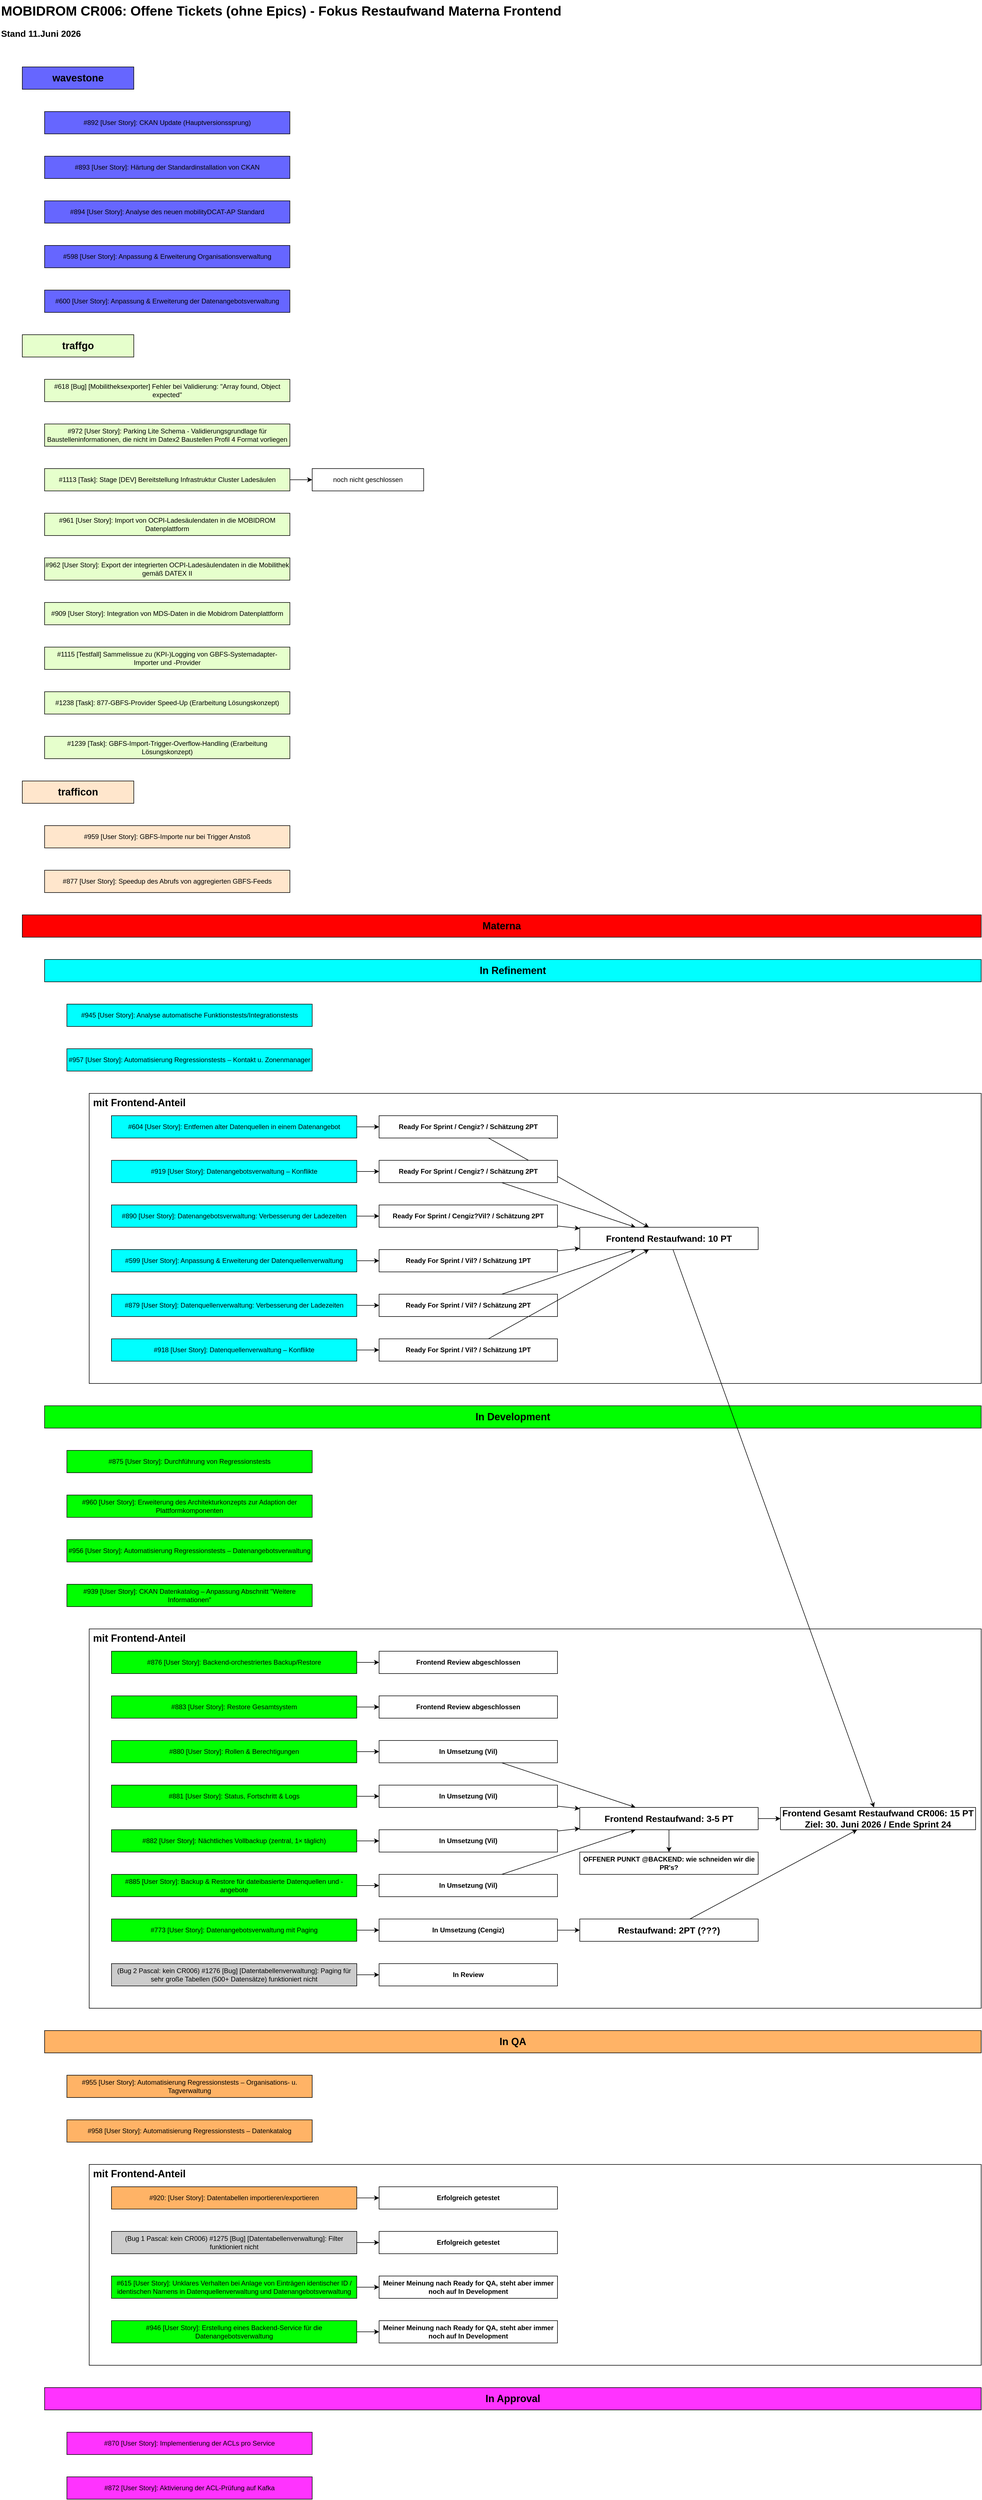
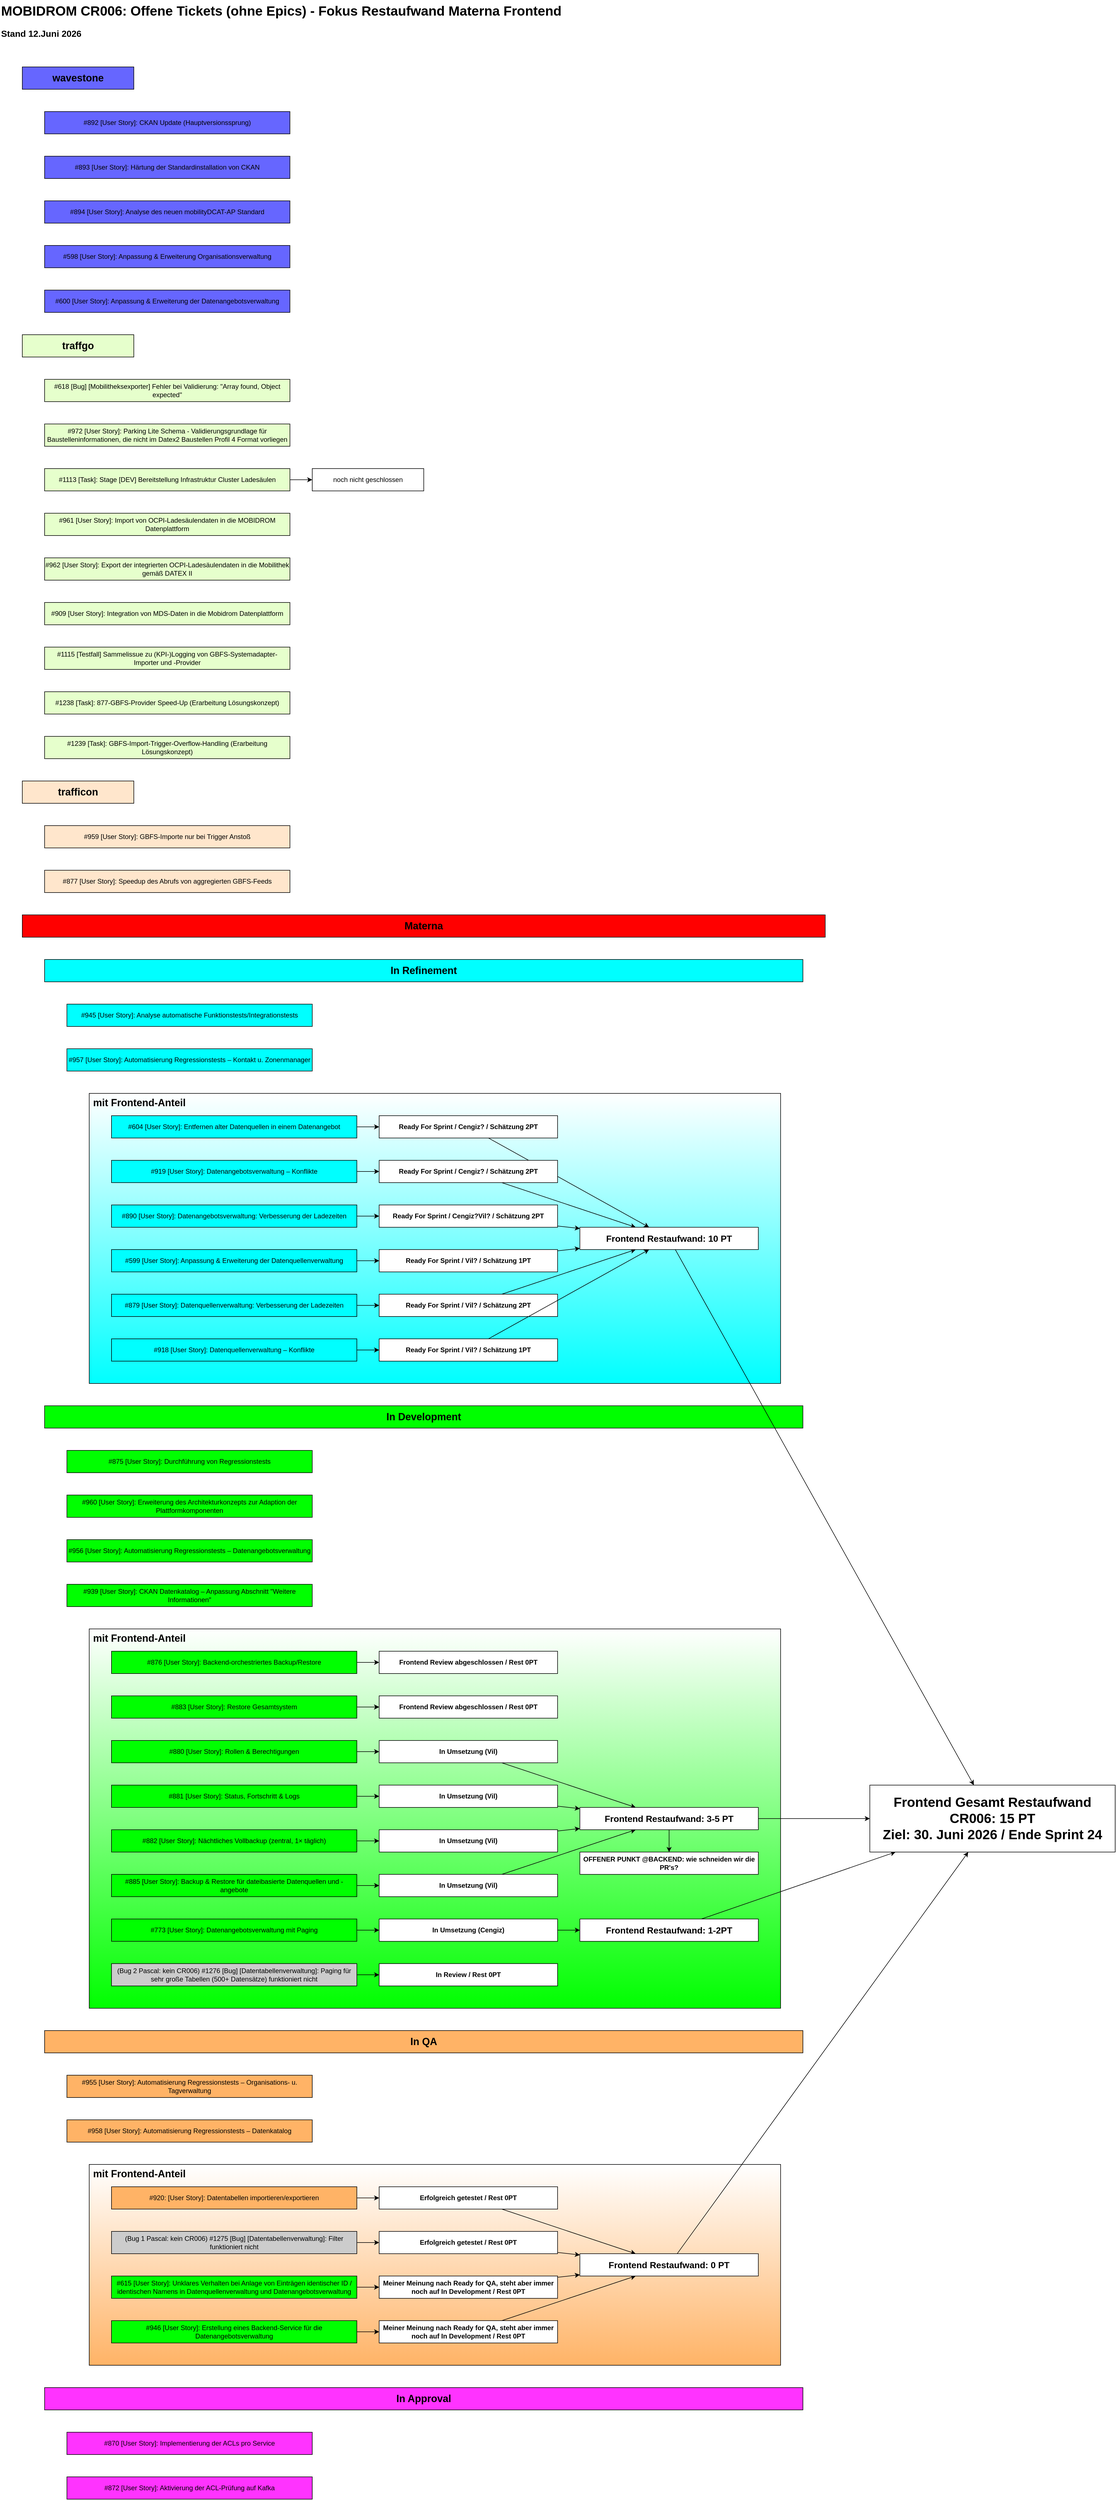
<mxfile host="app.diagrams.net">
  <diagram name="Page-1" id="0BLjgJdESMF3buwbVgl_">
-     <mxGraphModel dx="1101" dy="646" grid="1" gridSize="10" guides="1" tooltips="1" connect="1" arrows="1" fold="1" page="1" pageScale="1" pageWidth="850" pageHeight="1100" math="0" shadow="0">
+     <mxGraphModel dx="1325" dy="640" grid="1" gridSize="10" guides="1" tooltips="1" connect="1" arrows="1" fold="1" page="1" pageScale="1" pageWidth="850" pageHeight="1100" math="0" shadow="0">
      <root>
        <mxCell id="0" />
        <mxCell id="1" parent="0" />
-         <mxCell id="KAzs0ncSA1o2T3-7AXRQ-69" parent="1" style="rounded=0;whiteSpace=wrap;html=1;fontColor=#000000;fillColor=#FFFFFF;fontStyle=1;fontSize=18;align=left;verticalAlign=top;" value="&amp;nbsp;mit Frontend-Anteil" vertex="1">
-           <mxGeometry height="360" width="1600" x="200" y="3920" as="geometry" />
-         </mxCell>
-         <mxCell id="KAzs0ncSA1o2T3-7AXRQ-68" parent="1" style="rounded=0;whiteSpace=wrap;html=1;fontColor=#000000;fillColor=#FFFFFF;fontStyle=1;fontSize=18;align=left;verticalAlign=top;" value="&amp;nbsp;mit Frontend-Anteil" vertex="1">
-           <mxGeometry height="680" width="1600" x="200" y="2960" as="geometry" />
-         </mxCell>
-         <mxCell id="KAzs0ncSA1o2T3-7AXRQ-67" parent="1" style="rounded=0;whiteSpace=wrap;html=1;fontColor=#000000;fillColor=#FFFFFF;fontStyle=1;verticalAlign=top;align=left;fontSize=18;" value="&amp;nbsp;mit Frontend-Anteil" vertex="1">
-           <mxGeometry height="520" width="1600" x="200" y="2000" as="geometry" />
+         <mxCell id="KAzs0ncSA1o2T3-7AXRQ-69" parent="1" style="rounded=0;whiteSpace=wrap;html=1;fontColor=#000000;fillColor=#FFFFFF;fontStyle=1;fontSize=18;align=left;verticalAlign=top;gradientColor=#FFB366;" value="&amp;nbsp;mit Frontend-Anteil" vertex="1">
+           <mxGeometry height="360" width="1240" x="200" y="3920" as="geometry" />
+         </mxCell>
+         <mxCell id="KAzs0ncSA1o2T3-7AXRQ-68" parent="1" style="rounded=0;whiteSpace=wrap;html=1;fontColor=#000000;fillColor=#FFFFFF;fontStyle=1;fontSize=18;align=left;verticalAlign=top;gradientColor=#00FF00;" value="&amp;nbsp;mit Frontend-Anteil" vertex="1">
+           <mxGeometry height="680" width="1240" x="200" y="2960" as="geometry" />
+         </mxCell>
+         <mxCell id="KAzs0ncSA1o2T3-7AXRQ-67" parent="1" style="rounded=0;whiteSpace=wrap;html=1;fontColor=#000000;fillColor=#FFFFFF;fontStyle=1;verticalAlign=top;align=left;fontSize=18;gradientColor=#00FFFF;" value="&amp;nbsp;mit Frontend-Anteil" vertex="1">
+           <mxGeometry height="520" width="1240" x="200" y="2000" as="geometry" />
        </mxCell>
        <mxCell id="KAzs0ncSA1o2T3-7AXRQ-1" parent="1" style="rounded=0;whiteSpace=wrap;html=1;strokeColor=none;fontSize=24;fontStyle=1;align=left;" value="MOBIDROM CR006: Offene Tickets (ohne Epics) - Fokus Restaufwand Materna Frontend" vertex="1">
          <mxGeometry height="40" width="1030" x="40" y="40" as="geometry" />
        </mxCell>
-         <mxCell id="KAzs0ncSA1o2T3-7AXRQ-2" parent="1" style="rounded=0;whiteSpace=wrap;html=1;strokeColor=none;fontSize=16;fontStyle=1;align=left;" value="&lt;div&gt;Stand 11.Juni 2026&lt;/div&gt;" vertex="1">
+         <mxCell id="KAzs0ncSA1o2T3-7AXRQ-2" parent="1" style="rounded=0;whiteSpace=wrap;html=1;strokeColor=none;fontSize=16;fontStyle=1;align=left;" value="&lt;div&gt;Stand 12.Juni 2026&lt;/div&gt;" vertex="1">
          <mxGeometry height="40" width="160" x="40" y="80" as="geometry" />
        </mxCell>
        <mxCell id="KAzs0ncSA1o2T3-7AXRQ-77" edge="1" parent="1" source="KAzs0ncSA1o2T3-7AXRQ-3" style="edgeStyle=none;rounded=0;orthogonalLoop=1;jettySize=auto;html=1;" target="KAzs0ncSA1o2T3-7AXRQ-76" value="">
          <mxGeometry relative="1" as="geometry" />
        </mxCell>
        <mxCell id="KAzs0ncSA1o2T3-7AXRQ-3" parent="1" style="rounded=0;whiteSpace=wrap;html=1;fillColor=#FFB366;" value="#920: [User Story]: Datentabellen importieren/exportieren" vertex="1">
          <mxGeometry height="40" width="440" x="240" y="3960" as="geometry" />
        </mxCell>
        <mxCell id="KAzs0ncSA1o2T3-7AXRQ-4" parent="1" style="rounded=0;whiteSpace=wrap;html=1;fontColor=#000000;fillColor=#FFB366;fontStyle=1;fontSize=18;" value="In QA" vertex="1">
-           <mxGeometry height="40" width="1680" x="120" y="3680" as="geometry" />
+           <mxGeometry height="40" width="1360" x="120" y="3680" as="geometry" />
        </mxCell>
        <mxCell id="KAzs0ncSA1o2T3-7AXRQ-5" parent="1" style="rounded=0;whiteSpace=wrap;html=1;fillColor=#6666FF;" value="#892&amp;nbsp;[User Story]: CKAN Update (Hauptversionssprung)" vertex="1">
          <mxGeometry height="40" width="440" x="120" y="240" as="geometry" />
        </mxCell>
        <mxCell id="KAzs0ncSA1o2T3-7AXRQ-6" parent="1" style="rounded=0;whiteSpace=wrap;html=1;fontColor=#000000;fillColor=#6666FF;fontStyle=1;fontSize=18;" value="wavestone" vertex="1">
          <mxGeometry height="40" width="200" x="80" y="160" as="geometry" />
        </mxCell>
        <mxCell id="KAzs0ncSA1o2T3-7AXRQ-7" parent="1" style="rounded=0;whiteSpace=wrap;html=1;fillColor=#FF33FF;" value="#870&amp;nbsp;[User Story]: Implementierung der ACLs pro Service" vertex="1">
          <mxGeometry height="40" width="440" x="160" y="4400" as="geometry" />
        </mxCell>
        <mxCell id="KAzs0ncSA1o2T3-7AXRQ-8" parent="1" style="rounded=0;whiteSpace=wrap;html=1;fillColor=#FF33FF;" value="#872&amp;nbsp;[User Story]: Aktivierung der ACL-Prüfung auf Kafka" vertex="1">
          <mxGeometry height="40" width="440" x="160" y="4480" as="geometry" />
        </mxCell>
        <mxCell id="KAzs0ncSA1o2T3-7AXRQ-9" parent="1" style="rounded=0;whiteSpace=wrap;html=1;fontColor=#000000;fillColor=#FF33FF;fontStyle=1;fontSize=18;" value="In Approval" vertex="1">
-           <mxGeometry height="40" width="1680" x="120" y="4320" as="geometry" />
+           <mxGeometry height="40" width="1360" x="120" y="4320" as="geometry" />
        </mxCell>
        <mxCell id="KAzs0ncSA1o2T3-7AXRQ-10" parent="1" style="rounded=0;whiteSpace=wrap;html=1;fillColor=#6666FF;" value="#893&amp;nbsp;[User Story]: Härtung der Standardinstallation von CKAN" vertex="1">
          <mxGeometry height="40" width="440" x="120" y="320" as="geometry" />
        </mxCell>
        <mxCell id="KAzs0ncSA1o2T3-7AXRQ-11" parent="1" style="rounded=0;whiteSpace=wrap;html=1;fillColor=#6666FF;" value="#894&amp;nbsp;[User Story]: Analyse des neuen mobilityDCAT-AP Standard" vertex="1">
          <mxGeometry height="40" width="440" x="120" y="400" as="geometry" />
        </mxCell>
        <mxCell id="KAzs0ncSA1o2T3-7AXRQ-12" parent="1" style="rounded=0;whiteSpace=wrap;html=1;fillColor=#E6FFCC;" value="#618&amp;nbsp;[Bug] [Mobilitheksexporter] Fehler bei Validierung: &quot;Array found, Object expected&quot;" vertex="1">
          <mxGeometry height="40" width="440" x="120" y="720" as="geometry" />
        </mxCell>
        <mxCell id="KAzs0ncSA1o2T3-7AXRQ-13" parent="1" style="rounded=0;whiteSpace=wrap;html=1;fontColor=#000000;fillColor=#E6FFCC;fontStyle=1;fontSize=18;" value="&lt;div&gt;traffgo&lt;/div&gt;" vertex="1">
          <mxGeometry height="40" width="200" x="80" y="640" as="geometry" />
        </mxCell>
        <mxCell id="KAzs0ncSA1o2T3-7AXRQ-14" parent="1" style="rounded=0;whiteSpace=wrap;html=1;fontColor=#000000;fillColor=#FFE6CC;fontStyle=1;fontSize=18;" value="&lt;div&gt;trafficon&lt;/div&gt;" vertex="1">
          <mxGeometry height="40" width="200" x="80" y="1440" as="geometry" />
        </mxCell>
        <mxCell id="KAzs0ncSA1o2T3-7AXRQ-15" parent="1" style="rounded=0;whiteSpace=wrap;html=1;fillColor=#FFE6CC;" value="#959&amp;nbsp;[User Story]: GBFS-Importe nur bei Trigger Anstoß" vertex="1">
          <mxGeometry height="40" width="440" x="120" y="1520" as="geometry" />
        </mxCell>
        <mxCell id="KAzs0ncSA1o2T3-7AXRQ-75" edge="1" parent="1" source="KAzs0ncSA1o2T3-7AXRQ-16" style="edgeStyle=none;rounded=0;orthogonalLoop=1;jettySize=auto;html=1;" target="KAzs0ncSA1o2T3-7AXRQ-74" value="">
          <mxGeometry relative="1" as="geometry" />
        </mxCell>
        <mxCell id="KAzs0ncSA1o2T3-7AXRQ-16" parent="1" style="rounded=0;whiteSpace=wrap;html=1;fillColor=#00FF00;" value="#615&amp;nbsp;[User Story]: Unklares Verhalten bei Anlage von Einträgen identischer ID / identischen Namens in Datenquellenverwaltung und Datenangebotsverwaltung" vertex="1">
          <mxGeometry height="40" width="440" x="240" y="4120" as="geometry" />
        </mxCell>
        <mxCell id="KAzs0ncSA1o2T3-7AXRQ-17" parent="1" style="rounded=0;whiteSpace=wrap;html=1;fontColor=#000000;fillColor=#00FF00;fontStyle=1;fontSize=18;" value="In Development" vertex="1">
-           <mxGeometry height="40" width="1680" x="120" y="2560" as="geometry" />
+           <mxGeometry height="40" width="1360" x="120" y="2560" as="geometry" />
        </mxCell>
        <mxCell id="KAzs0ncSA1o2T3-7AXRQ-83" edge="1" parent="1" source="KAzs0ncSA1o2T3-7AXRQ-18" style="edgeStyle=none;rounded=0;orthogonalLoop=1;jettySize=auto;html=1;" target="KAzs0ncSA1o2T3-7AXRQ-82" value="">
          <mxGeometry relative="1" as="geometry" />
        </mxCell>
        <mxCell id="KAzs0ncSA1o2T3-7AXRQ-18" parent="1" style="rounded=0;whiteSpace=wrap;html=1;fillColor=#00FF00;" value="#773&amp;nbsp;[User Story]: Datenangebotsverwaltung mit Paging" vertex="1">
          <mxGeometry height="40" width="440" x="240" y="3480" as="geometry" />
        </mxCell>
        <mxCell id="KAzs0ncSA1o2T3-7AXRQ-19" parent="1" style="rounded=0;whiteSpace=wrap;html=1;fillColor=#00FF00;" value="#875&amp;nbsp;[User Story]: Durchführung von Regressionstests" vertex="1">
          <mxGeometry height="40" width="440" x="160" y="2640" as="geometry" />
        </mxCell>
        <mxCell id="KAzs0ncSA1o2T3-7AXRQ-81" edge="1" parent="1" source="KAzs0ncSA1o2T3-7AXRQ-20" style="edgeStyle=none;rounded=0;orthogonalLoop=1;jettySize=auto;html=1;" target="KAzs0ncSA1o2T3-7AXRQ-80" value="">
          <mxGeometry relative="1" as="geometry" />
        </mxCell>
        <mxCell id="KAzs0ncSA1o2T3-7AXRQ-20" parent="1" style="rounded=0;whiteSpace=wrap;html=1;fillColor=#00FF00;" value="#876&amp;nbsp;[User Story]: Backend-orchestriertes Backup/Restore" vertex="1">
          <mxGeometry height="40" width="440" x="240" y="3000" as="geometry" />
        </mxCell>
        <mxCell id="KAzs0ncSA1o2T3-7AXRQ-21" parent="1" style="rounded=0;whiteSpace=wrap;html=1;fillColor=#FFE6CC;" value="#877&amp;nbsp;[User Story]: Speedup des Abrufs von aggregierten GBFS-Feeds" vertex="1">
          <mxGeometry height="40" width="440" x="120" y="1600" as="geometry" />
        </mxCell>
        <mxCell id="KAzs0ncSA1o2T3-7AXRQ-87" edge="1" parent="1" source="KAzs0ncSA1o2T3-7AXRQ-22" style="edgeStyle=none;rounded=0;orthogonalLoop=1;jettySize=auto;html=1;" target="KAzs0ncSA1o2T3-7AXRQ-86" value="">
          <mxGeometry relative="1" as="geometry" />
        </mxCell>
        <mxCell id="KAzs0ncSA1o2T3-7AXRQ-22" parent="1" style="rounded=0;whiteSpace=wrap;html=1;fillColor=#00FF00;" value="#880&amp;nbsp;[User Story]: Rollen &amp;amp; Berechtigungen" vertex="1">
          <mxGeometry height="40" width="440" x="240" y="3160" as="geometry" />
        </mxCell>
        <mxCell id="KAzs0ncSA1o2T3-7AXRQ-89" edge="1" parent="1" source="KAzs0ncSA1o2T3-7AXRQ-23" style="edgeStyle=none;rounded=0;orthogonalLoop=1;jettySize=auto;html=1;" target="KAzs0ncSA1o2T3-7AXRQ-88" value="">
          <mxGeometry relative="1" as="geometry" />
        </mxCell>
        <mxCell id="KAzs0ncSA1o2T3-7AXRQ-23" parent="1" style="rounded=0;whiteSpace=wrap;html=1;fillColor=#00FF00;" value="#881&amp;nbsp;[User Story]: Status, Fortschritt &amp;amp; Logs" vertex="1">
          <mxGeometry height="40" width="440" x="240" y="3240" as="geometry" />
        </mxCell>
        <mxCell id="KAzs0ncSA1o2T3-7AXRQ-93" edge="1" parent="1" source="KAzs0ncSA1o2T3-7AXRQ-24" style="edgeStyle=none;rounded=0;orthogonalLoop=1;jettySize=auto;html=1;" target="KAzs0ncSA1o2T3-7AXRQ-92" value="">
          <mxGeometry relative="1" as="geometry" />
        </mxCell>
        <mxCell id="KAzs0ncSA1o2T3-7AXRQ-24" parent="1" style="rounded=0;whiteSpace=wrap;html=1;fillColor=#00FF00;" value="#885&amp;nbsp;[User Story]: Backup &amp;amp; Restore für dateibasierte Datenquellen und -angebote" vertex="1">
          <mxGeometry height="40" width="440" x="240" y="3400" as="geometry" />
        </mxCell>
        <mxCell id="KAzs0ncSA1o2T3-7AXRQ-112" edge="1" parent="1" source="KAzs0ncSA1o2T3-7AXRQ-25" style="edgeStyle=none;rounded=0;orthogonalLoop=1;jettySize=auto;html=1;" target="KAzs0ncSA1o2T3-7AXRQ-111" value="">
          <mxGeometry relative="1" as="geometry" />
        </mxCell>
        <mxCell id="KAzs0ncSA1o2T3-7AXRQ-25" parent="1" style="rounded=0;whiteSpace=wrap;html=1;fillColor=#00FFFF;" value="#918&amp;nbsp;[User Story]: Datenquellenverwaltung – Konflikte" vertex="1">
          <mxGeometry height="40" width="440" x="240" y="2440" as="geometry" />
        </mxCell>
        <mxCell id="KAzs0ncSA1o2T3-7AXRQ-104" edge="1" parent="1" source="KAzs0ncSA1o2T3-7AXRQ-26" style="edgeStyle=none;rounded=0;orthogonalLoop=1;jettySize=auto;html=1;" target="KAzs0ncSA1o2T3-7AXRQ-103" value="">
          <mxGeometry relative="1" as="geometry" />
        </mxCell>
        <mxCell id="KAzs0ncSA1o2T3-7AXRQ-26" parent="1" style="rounded=0;whiteSpace=wrap;html=1;fillColor=#00FFFF;" value="#919&amp;nbsp;[User Story]: Datenangebotsverwaltung – Konflikte" vertex="1">
          <mxGeometry height="40" width="440" x="240" y="2120" as="geometry" />
        </mxCell>
        <mxCell id="KAzs0ncSA1o2T3-7AXRQ-27" parent="1" style="rounded=0;whiteSpace=wrap;html=1;fillColor=#FFB366;" value="#955&amp;nbsp;[User Story]: Automatisierung Regressionstests – Organisations- u. Tagverwaltung" vertex="1">
          <mxGeometry height="40" width="440" x="160" y="3760" as="geometry" />
        </mxCell>
        <mxCell id="KAzs0ncSA1o2T3-7AXRQ-28" parent="1" style="rounded=0;whiteSpace=wrap;html=1;fontColor=#000000;fillColor=#00FFFF;fontStyle=1;fontSize=18;" value="In Refinement" vertex="1">
-           <mxGeometry height="40" width="1680" x="120" y="1760" as="geometry" />
+           <mxGeometry height="40" width="1360" x="120" y="1760" as="geometry" />
        </mxCell>
        <mxCell id="KAzs0ncSA1o2T3-7AXRQ-29" parent="1" style="rounded=0;whiteSpace=wrap;html=1;fillColor=#00FF00;" value="#960&amp;nbsp;[User Story]: Erweiterung des Architekturkonzepts zur Adaption der Plattformkomponenten" vertex="1">
          <mxGeometry height="40" width="440" x="160" y="2720" as="geometry" />
        </mxCell>
        <mxCell id="KAzs0ncSA1o2T3-7AXRQ-30" parent="1" style="rounded=0;whiteSpace=wrap;html=1;fillColor=#6666FF;" value="#598&amp;nbsp;[User Story]: Anpassung &amp;amp; Erweiterung Organisationsverwaltung" vertex="1">
          <mxGeometry height="40" width="440" x="120" y="480" as="geometry" />
        </mxCell>
        <mxCell id="KAzs0ncSA1o2T3-7AXRQ-108" edge="1" parent="1" source="KAzs0ncSA1o2T3-7AXRQ-31" style="edgeStyle=none;rounded=0;orthogonalLoop=1;jettySize=auto;html=1;" target="KAzs0ncSA1o2T3-7AXRQ-107" value="">
          <mxGeometry relative="1" as="geometry" />
        </mxCell>
        <mxCell id="KAzs0ncSA1o2T3-7AXRQ-31" parent="1" style="rounded=0;whiteSpace=wrap;html=1;fillColor=#00FFFF;" value="#599&amp;nbsp;[User Story]: Anpassung &amp;amp; Erweiterung der Datenquellenverwaltung" vertex="1">
          <mxGeometry height="40" width="440" x="240" y="2280" as="geometry" />
        </mxCell>
        <mxCell id="KAzs0ncSA1o2T3-7AXRQ-32" parent="1" style="rounded=0;whiteSpace=wrap;html=1;fillColor=#6666FF;" value="#600&amp;nbsp;[User Story]: Anpassung &amp;amp; Erweiterung der Datenangebotsverwaltung" vertex="1">
          <mxGeometry height="40" width="440" x="120" y="560" as="geometry" />
        </mxCell>
        <mxCell id="KAzs0ncSA1o2T3-7AXRQ-106" edge="1" parent="1" source="KAzs0ncSA1o2T3-7AXRQ-33" style="edgeStyle=none;rounded=0;orthogonalLoop=1;jettySize=auto;html=1;" target="KAzs0ncSA1o2T3-7AXRQ-105" value="">
          <mxGeometry relative="1" as="geometry" />
        </mxCell>
        <mxCell id="KAzs0ncSA1o2T3-7AXRQ-33" parent="1" style="rounded=0;whiteSpace=wrap;html=1;fillColor=#00FFFF;" value="#890&amp;nbsp;[User Story]: Datenangebotsverwaltung: Verbesserung der Ladezeiten" vertex="1">
          <mxGeometry height="40" width="440" x="240" y="2200" as="geometry" />
        </mxCell>
        <mxCell id="KAzs0ncSA1o2T3-7AXRQ-34" parent="1" style="rounded=0;whiteSpace=wrap;html=1;fillColor=#E6FFCC;" value="#972&amp;nbsp;[User Story]: Parking Lite Schema - Validierungsgrundlage für Baustelleninformationen, die nicht im Datex2 Baustellen Profil 4 Format vorliegen" vertex="1">
          <mxGeometry height="40" width="440" x="120" y="800" as="geometry" />
        </mxCell>
        <mxCell id="KAzs0ncSA1o2T3-7AXRQ-55" edge="1" parent="1" source="KAzs0ncSA1o2T3-7AXRQ-35" style="edgeStyle=orthogonalEdgeStyle;rounded=0;orthogonalLoop=1;jettySize=auto;html=1;" target="KAzs0ncSA1o2T3-7AXRQ-54" value="">
          <mxGeometry relative="1" as="geometry" />
        </mxCell>
        <mxCell id="KAzs0ncSA1o2T3-7AXRQ-35" parent="1" style="rounded=0;whiteSpace=wrap;html=1;fillColor=#E6FFCC;" value="#1113&amp;nbsp;[Task]: Stage [DEV] Bereitstellung Infrastruktur Cluster Ladesäulen" vertex="1">
          <mxGeometry height="40" width="440" x="120" y="880" as="geometry" />
        </mxCell>
        <mxCell id="KAzs0ncSA1o2T3-7AXRQ-36" parent="1" style="rounded=0;whiteSpace=wrap;html=1;fillColor=#00FF00;" value="#956&amp;nbsp;[User Story]: Automatisierung Regressionstests – Datenangebotsverwaltung" vertex="1">
          <mxGeometry height="40" width="440" x="160" y="2800" as="geometry" />
        </mxCell>
        <mxCell id="KAzs0ncSA1o2T3-7AXRQ-37" parent="1" style="rounded=0;whiteSpace=wrap;html=1;fillColor=#FFB366;" value="#958&amp;nbsp;[User Story]: Automatisierung Regressionstests – Datenkatalog" vertex="1">
          <mxGeometry height="40" width="440" x="160" y="3840" as="geometry" />
        </mxCell>
        <mxCell id="KAzs0ncSA1o2T3-7AXRQ-38" parent="1" style="rounded=0;whiteSpace=wrap;html=1;fillColor=#E6FFCC;" value="#961&amp;nbsp;[User Story]: Import von OCPI-Ladesäulendaten in die MOBIDROM Datenplattform" vertex="1">
          <mxGeometry height="40" width="440" x="120" y="960" as="geometry" />
        </mxCell>
        <mxCell id="KAzs0ncSA1o2T3-7AXRQ-39" parent="1" style="rounded=0;whiteSpace=wrap;html=1;fillColor=#E6FFCC;" value="#962&amp;nbsp;[User Story]: Export der integrierten OCPI-Ladesäulendaten in die Mobilithek gemäß DATEX II" vertex="1">
          <mxGeometry height="40" width="440" x="120" y="1040" as="geometry" />
        </mxCell>
        <mxCell id="KAzs0ncSA1o2T3-7AXRQ-58" edge="1" parent="1" source="KAzs0ncSA1o2T3-7AXRQ-40" style="edgeStyle=none;rounded=0;orthogonalLoop=1;jettySize=auto;html=1;" target="KAzs0ncSA1o2T3-7AXRQ-41" value="">
          <mxGeometry relative="1" as="geometry" />
        </mxCell>
        <mxCell id="KAzs0ncSA1o2T3-7AXRQ-40" parent="1" style="rounded=0;whiteSpace=wrap;html=1;fillColor=#00FF00;" value="#946&amp;nbsp;[User Story]: Erstellung eines Backend-Service für die Datenangebotsverwaltung" vertex="1">
          <mxGeometry height="40" width="440" x="240" y="4200" as="geometry" />
        </mxCell>
-         <mxCell id="KAzs0ncSA1o2T3-7AXRQ-41" parent="1" style="rounded=0;whiteSpace=wrap;html=1;fontStyle=1" value="Meiner Meinung nach Ready for QA, steht aber immer noch auf In Development" vertex="1">
+         <mxCell id="6I-_ciG7kh0R2IqJ13tL-8" edge="1" parent="1" source="KAzs0ncSA1o2T3-7AXRQ-41" style="edgeStyle=none;rounded=0;orthogonalLoop=1;jettySize=auto;html=1;" target="6I-_ciG7kh0R2IqJ13tL-4" value="">
+           <mxGeometry relative="1" as="geometry" />
+         </mxCell>
+         <mxCell id="KAzs0ncSA1o2T3-7AXRQ-41" parent="1" style="rounded=0;whiteSpace=wrap;html=1;fontStyle=1" value="Meiner Meinung nach Ready for QA, steht aber immer noch auf In Development / Rest 0PT" vertex="1">
          <mxGeometry height="40" width="320" x="720" y="4200" as="geometry" />
        </mxCell>
        <mxCell id="KAzs0ncSA1o2T3-7AXRQ-43" parent="1" style="rounded=0;whiteSpace=wrap;html=1;fillColor=#00FFFF;" value="#945&amp;nbsp;[User Story]: Analyse automatische Funktionstests/Integrationstests" vertex="1">
          <mxGeometry height="40" width="440" x="160" y="1840" as="geometry" />
        </mxCell>
        <mxCell id="KAzs0ncSA1o2T3-7AXRQ-44" parent="1" style="rounded=0;whiteSpace=wrap;html=1;fillColor=#E6FFCC;" value="#909&amp;nbsp;[User Story]: Integration von MDS-Daten in die Mobidrom Datenplattform" vertex="1">
          <mxGeometry height="40" width="440" x="120" y="1120" as="geometry" />
        </mxCell>
        <mxCell id="KAzs0ncSA1o2T3-7AXRQ-45" parent="1" style="rounded=0;whiteSpace=wrap;html=1;fillColor=#00FF00;" value="#939&amp;nbsp;[User Story]: CKAN Datenkatalog – Anpassung Abschnitt &quot;Weitere Informationen&quot;" vertex="1">
          <mxGeometry height="40" width="440" x="160" y="2880" as="geometry" />
        </mxCell>
        <mxCell id="KAzs0ncSA1o2T3-7AXRQ-102" edge="1" parent="1" source="KAzs0ncSA1o2T3-7AXRQ-46" style="edgeStyle=none;rounded=0;orthogonalLoop=1;jettySize=auto;html=1;" target="KAzs0ncSA1o2T3-7AXRQ-101" value="">
          <mxGeometry relative="1" as="geometry" />
        </mxCell>
        <mxCell id="KAzs0ncSA1o2T3-7AXRQ-46" parent="1" style="rounded=0;whiteSpace=wrap;html=1;fillColor=#00FFFF;" value="#604&amp;nbsp;[User Story]: Entfernen alter Datenquellen in einem Datenangebot" vertex="1">
          <mxGeometry height="40" width="440" x="240" y="2040" as="geometry" />
        </mxCell>
        <mxCell id="KAzs0ncSA1o2T3-7AXRQ-110" edge="1" parent="1" source="KAzs0ncSA1o2T3-7AXRQ-47" style="edgeStyle=none;rounded=0;orthogonalLoop=1;jettySize=auto;html=1;" target="KAzs0ncSA1o2T3-7AXRQ-109" value="">
          <mxGeometry relative="1" as="geometry" />
        </mxCell>
        <mxCell id="KAzs0ncSA1o2T3-7AXRQ-47" parent="1" style="rounded=0;whiteSpace=wrap;html=1;fillColor=#00FFFF;" value="#879&amp;nbsp;[User Story]: Datenquellenverwaltung: Verbesserung der Ladezeiten" vertex="1">
          <mxGeometry height="40" width="440" x="240" y="2360" as="geometry" />
        </mxCell>
        <mxCell id="KAzs0ncSA1o2T3-7AXRQ-91" edge="1" parent="1" source="KAzs0ncSA1o2T3-7AXRQ-48" style="edgeStyle=none;rounded=0;orthogonalLoop=1;jettySize=auto;html=1;" target="KAzs0ncSA1o2T3-7AXRQ-90" value="">
          <mxGeometry relative="1" as="geometry" />
        </mxCell>
        <mxCell id="KAzs0ncSA1o2T3-7AXRQ-48" parent="1" style="rounded=0;whiteSpace=wrap;html=1;fillColor=#00FF00;" value="#882&amp;nbsp;[User Story]: Nächtliches Vollbackup (zentral, 1× täglich)" vertex="1">
          <mxGeometry height="40" width="440" x="240" y="3320" as="geometry" />
        </mxCell>
        <mxCell id="KAzs0ncSA1o2T3-7AXRQ-85" edge="1" parent="1" source="KAzs0ncSA1o2T3-7AXRQ-49" style="edgeStyle=none;rounded=0;orthogonalLoop=1;jettySize=auto;html=1;" target="KAzs0ncSA1o2T3-7AXRQ-84" value="">
          <mxGeometry relative="1" as="geometry" />
        </mxCell>
        <mxCell id="6I-_ciG7kh0R2IqJ13tL-1" edge="1" parent="1" source="KAzs0ncSA1o2T3-7AXRQ-49" style="edgeStyle=none;rounded=0;orthogonalLoop=1;jettySize=auto;html=1;" target="KAzs0ncSA1o2T3-7AXRQ-84" value="">
          <mxGeometry relative="1" as="geometry" />
        </mxCell>
        <mxCell id="KAzs0ncSA1o2T3-7AXRQ-49" parent="1" style="rounded=0;whiteSpace=wrap;html=1;fillColor=#00FF00;" value="#883&amp;nbsp;[User Story]: Restore Gesamtsystem" vertex="1">
          <mxGeometry height="40" width="440" x="240" y="3080" as="geometry" />
        </mxCell>
        <mxCell id="KAzs0ncSA1o2T3-7AXRQ-50" parent="1" style="rounded=0;whiteSpace=wrap;html=1;fillColor=#00FFFF;" value="#957&amp;nbsp;[User Story]: Automatisierung Regressionstests – Kontakt u. Zonenmanager" vertex="1">
          <mxGeometry height="40" width="440" x="160" y="1920" as="geometry" />
        </mxCell>
        <mxCell id="KAzs0ncSA1o2T3-7AXRQ-51" parent="1" style="rounded=0;whiteSpace=wrap;html=1;fillColor=#E6FFCC;" value="#1115&amp;nbsp;[Testfall] Sammelissue zu (KPI-)Logging von GBFS-Systemadapter-Importer und -Provider" vertex="1">
          <mxGeometry height="40" width="440" x="120" y="1200" as="geometry" />
        </mxCell>
        <mxCell id="KAzs0ncSA1o2T3-7AXRQ-52" parent="1" style="rounded=0;whiteSpace=wrap;html=1;fillColor=#E6FFCC;" value="#1238&amp;nbsp;[Task]: 877-GBFS-Provider Speed-Up (Erarbeitung Lösungskonzept)" vertex="1">
          <mxGeometry height="40" width="440" x="120" y="1280" as="geometry" />
        </mxCell>
        <mxCell id="KAzs0ncSA1o2T3-7AXRQ-53" parent="1" style="rounded=0;whiteSpace=wrap;html=1;fillColor=#E6FFCC;" value="#1239&amp;nbsp;[Task]: GBFS-Import-Trigger-Overflow-Handling (Erarbeitung Lösungskonzept)" vertex="1">
          <mxGeometry height="40" width="440" x="120" y="1360" as="geometry" />
        </mxCell>
        <mxCell id="KAzs0ncSA1o2T3-7AXRQ-54" parent="1" style="rounded=0;whiteSpace=wrap;html=1;" value="noch nicht geschlossen" vertex="1">
          <mxGeometry height="40" width="200" x="600" y="880" as="geometry" />
        </mxCell>
        <mxCell id="KAzs0ncSA1o2T3-7AXRQ-56" parent="1" style="rounded=0;whiteSpace=wrap;html=1;fontColor=#000000;fillColor=#FF0000;fontStyle=1;fontSize=18;" value="Materna" vertex="1">
-           <mxGeometry height="40" width="1720" x="80" y="1680" as="geometry" />
+           <mxGeometry height="40" width="1440" x="80" y="1680" as="geometry" />
        </mxCell>
        <mxCell id="KAzs0ncSA1o2T3-7AXRQ-62" edge="1" parent="1" source="KAzs0ncSA1o2T3-7AXRQ-16" style="edgeStyle=none;rounded=0;orthogonalLoop=1;jettySize=auto;html=1;exitX=0.75;exitY=0;exitDx=0;exitDy=0;" target="KAzs0ncSA1o2T3-7AXRQ-16">
          <mxGeometry relative="1" as="geometry" />
        </mxCell>
        <mxCell id="KAzs0ncSA1o2T3-7AXRQ-66" edge="1" parent="1" source="KAzs0ncSA1o2T3-7AXRQ-41" style="edgeStyle=none;rounded=0;orthogonalLoop=1;jettySize=auto;html=1;exitX=0.5;exitY=1;exitDx=0;exitDy=0;" target="KAzs0ncSA1o2T3-7AXRQ-41">
          <mxGeometry relative="1" as="geometry" />
        </mxCell>
        <mxCell id="KAzs0ncSA1o2T3-7AXRQ-79" edge="1" parent="1" source="KAzs0ncSA1o2T3-7AXRQ-70" style="edgeStyle=none;rounded=0;orthogonalLoop=1;jettySize=auto;html=1;" target="KAzs0ncSA1o2T3-7AXRQ-78" value="">
          <mxGeometry relative="1" as="geometry" />
        </mxCell>
        <mxCell id="KAzs0ncSA1o2T3-7AXRQ-70" parent="1" style="rounded=0;whiteSpace=wrap;html=1;fillColor=#CCCCCC;" value="(Bug 2 Pascal: kein CR006) #1276&amp;nbsp;[Bug] [Datentabellenverwaltung]: Paging für sehr große Tabellen (500+ Datensätze) funktioniert nicht" vertex="1">
          <mxGeometry height="40" width="440" x="240" y="3560" as="geometry" />
        </mxCell>
        <mxCell id="KAzs0ncSA1o2T3-7AXRQ-73" edge="1" parent="1" source="KAzs0ncSA1o2T3-7AXRQ-71" style="edgeStyle=none;rounded=0;orthogonalLoop=1;jettySize=auto;html=1;" target="KAzs0ncSA1o2T3-7AXRQ-72" value="">
          <mxGeometry relative="1" as="geometry" />
        </mxCell>
        <mxCell id="KAzs0ncSA1o2T3-7AXRQ-71" parent="1" style="rounded=0;whiteSpace=wrap;html=1;fillColor=#CCCCCC;" value="(Bug 1 Pascal: kein CR006) #1275&amp;nbsp;[Bug] [Datentabellenverwaltung]: Filter funktioniert nicht" vertex="1">
          <mxGeometry height="40" width="440" x="240" y="4040" as="geometry" />
        </mxCell>
-         <mxCell id="KAzs0ncSA1o2T3-7AXRQ-72" parent="1" style="rounded=0;whiteSpace=wrap;html=1;fontStyle=1" value="Erfolgreich getestet" vertex="1">
+         <mxCell id="6I-_ciG7kh0R2IqJ13tL-6" edge="1" parent="1" source="KAzs0ncSA1o2T3-7AXRQ-72" style="edgeStyle=none;rounded=0;orthogonalLoop=1;jettySize=auto;html=1;" target="6I-_ciG7kh0R2IqJ13tL-4" value="">
+           <mxGeometry relative="1" as="geometry" />
+         </mxCell>
+         <mxCell id="KAzs0ncSA1o2T3-7AXRQ-72" parent="1" style="rounded=0;whiteSpace=wrap;html=1;fontStyle=1" value="Erfolgreich getestet / Rest 0PT" vertex="1">
          <mxGeometry height="40" width="320" x="720" y="4040" as="geometry" />
        </mxCell>
-         <mxCell id="KAzs0ncSA1o2T3-7AXRQ-74" parent="1" style="rounded=0;whiteSpace=wrap;html=1;fontStyle=1" value="Meiner Meinung nach Ready for QA, steht aber immer noch auf In Development" vertex="1">
+         <mxCell id="6I-_ciG7kh0R2IqJ13tL-7" edge="1" parent="1" source="KAzs0ncSA1o2T3-7AXRQ-74" style="edgeStyle=none;rounded=0;orthogonalLoop=1;jettySize=auto;html=1;" target="6I-_ciG7kh0R2IqJ13tL-4" value="">
+           <mxGeometry relative="1" as="geometry" />
+         </mxCell>
+         <mxCell id="KAzs0ncSA1o2T3-7AXRQ-74" parent="1" style="rounded=0;whiteSpace=wrap;html=1;fontStyle=1" value="Meiner Meinung nach Ready for QA, steht aber immer noch auf In Development / Rest 0PT" vertex="1">
          <mxGeometry height="40" width="320" x="720" y="4120" as="geometry" />
        </mxCell>
-         <mxCell id="KAzs0ncSA1o2T3-7AXRQ-76" parent="1" style="rounded=0;whiteSpace=wrap;html=1;fontStyle=1" value="Erfolgreich getestet" vertex="1">
+         <mxCell id="6I-_ciG7kh0R2IqJ13tL-5" edge="1" parent="1" source="KAzs0ncSA1o2T3-7AXRQ-76" style="edgeStyle=none;rounded=0;orthogonalLoop=1;jettySize=auto;html=1;" target="6I-_ciG7kh0R2IqJ13tL-4" value="">
+           <mxGeometry relative="1" as="geometry" />
+         </mxCell>
+         <mxCell id="KAzs0ncSA1o2T3-7AXRQ-76" parent="1" style="rounded=0;whiteSpace=wrap;html=1;fontStyle=1" value="Erfolgreich getestet / Rest 0PT" vertex="1">
          <mxGeometry height="40" width="320" x="720" y="3960" as="geometry" />
        </mxCell>
-         <mxCell id="KAzs0ncSA1o2T3-7AXRQ-78" parent="1" style="rounded=0;whiteSpace=wrap;html=1;fontStyle=1" value="In Review" vertex="1">
+         <mxCell id="KAzs0ncSA1o2T3-7AXRQ-78" parent="1" style="rounded=0;whiteSpace=wrap;html=1;fontStyle=1" value="In Review / Rest 0PT" vertex="1">
          <mxGeometry height="40" width="320" x="720" y="3560" as="geometry" />
        </mxCell>
-         <mxCell id="KAzs0ncSA1o2T3-7AXRQ-80" parent="1" style="rounded=0;whiteSpace=wrap;html=1;fontStyle=1" value="Frontend Review abgeschlossen" vertex="1">
+         <mxCell id="KAzs0ncSA1o2T3-7AXRQ-80" parent="1" style="rounded=0;whiteSpace=wrap;html=1;fontStyle=1" value="Frontend Review abgeschlossen / Rest 0PT" vertex="1">
          <mxGeometry height="40" width="320" x="720" y="3000" as="geometry" />
        </mxCell>
        <mxCell id="KAzs0ncSA1o2T3-7AXRQ-100" edge="1" parent="1" source="KAzs0ncSA1o2T3-7AXRQ-82" style="edgeStyle=none;rounded=0;orthogonalLoop=1;jettySize=auto;html=1;" target="KAzs0ncSA1o2T3-7AXRQ-99" value="">
          <mxGeometry relative="1" as="geometry" />
        </mxCell>
        <mxCell id="KAzs0ncSA1o2T3-7AXRQ-82" parent="1" style="rounded=0;whiteSpace=wrap;html=1;fontStyle=1" value="In Umsetzung (Cengiz)" vertex="1">
          <mxGeometry height="40" width="320" x="720" y="3480" as="geometry" />
        </mxCell>
-         <mxCell id="KAzs0ncSA1o2T3-7AXRQ-84" parent="1" style="rounded=0;whiteSpace=wrap;html=1;fontStyle=1" value="Frontend Review abgeschlossen" vertex="1">
+         <mxCell id="KAzs0ncSA1o2T3-7AXRQ-84" parent="1" style="rounded=0;whiteSpace=wrap;html=1;fontStyle=1" value="Frontend Review abgeschlossen / Rest 0PT" vertex="1">
          <mxGeometry height="40" width="320" x="720" y="3080" as="geometry" />
        </mxCell>
        <mxCell id="KAzs0ncSA1o2T3-7AXRQ-95" edge="1" parent="1" source="KAzs0ncSA1o2T3-7AXRQ-86" style="edgeStyle=none;rounded=0;orthogonalLoop=1;jettySize=auto;html=1;" target="KAzs0ncSA1o2T3-7AXRQ-94" value="">
          <mxGeometry relative="1" as="geometry" />
        </mxCell>
        <mxCell id="KAzs0ncSA1o2T3-7AXRQ-86" parent="1" style="rounded=0;whiteSpace=wrap;html=1;fontStyle=1" value="In Umsetzung (Vil)" vertex="1">
          <mxGeometry height="40" width="320" x="720" y="3160" as="geometry" />
        </mxCell>
        <mxCell id="KAzs0ncSA1o2T3-7AXRQ-96" edge="1" parent="1" source="KAzs0ncSA1o2T3-7AXRQ-88" style="edgeStyle=none;rounded=0;orthogonalLoop=1;jettySize=auto;html=1;" target="KAzs0ncSA1o2T3-7AXRQ-94" value="">
          <mxGeometry relative="1" as="geometry" />
        </mxCell>
        <mxCell id="KAzs0ncSA1o2T3-7AXRQ-88" parent="1" style="rounded=0;whiteSpace=wrap;html=1;fontStyle=1" value="In Umsetzung (Vil)" vertex="1">
          <mxGeometry height="40" width="320" x="720" y="3240" as="geometry" />
        </mxCell>
        <mxCell id="KAzs0ncSA1o2T3-7AXRQ-97" edge="1" parent="1" source="KAzs0ncSA1o2T3-7AXRQ-90" style="edgeStyle=none;rounded=0;orthogonalLoop=1;jettySize=auto;html=1;" target="KAzs0ncSA1o2T3-7AXRQ-94" value="">
          <mxGeometry relative="1" as="geometry" />
        </mxCell>
        <mxCell id="KAzs0ncSA1o2T3-7AXRQ-90" parent="1" style="rounded=0;whiteSpace=wrap;html=1;fontStyle=1" value="In Umsetzung (Vil)" vertex="1">
          <mxGeometry height="40" width="320" x="720" y="3320" as="geometry" />
        </mxCell>
        <mxCell id="KAzs0ncSA1o2T3-7AXRQ-98" edge="1" parent="1" source="KAzs0ncSA1o2T3-7AXRQ-92" style="edgeStyle=none;rounded=0;orthogonalLoop=1;jettySize=auto;html=1;" target="KAzs0ncSA1o2T3-7AXRQ-94" value="">
          <mxGeometry relative="1" as="geometry" />
        </mxCell>
        <mxCell id="KAzs0ncSA1o2T3-7AXRQ-92" parent="1" style="rounded=0;whiteSpace=wrap;html=1;fontStyle=1" value="In Umsetzung (Vil)" vertex="1">
          <mxGeometry height="40" width="320" x="720" y="3400" as="geometry" />
        </mxCell>
        <mxCell id="KAzs0ncSA1o2T3-7AXRQ-122" edge="1" parent="1" source="KAzs0ncSA1o2T3-7AXRQ-94" style="edgeStyle=none;rounded=0;orthogonalLoop=1;jettySize=auto;html=1;" target="KAzs0ncSA1o2T3-7AXRQ-120" value="">
          <mxGeometry relative="1" as="geometry" />
        </mxCell>
        <mxCell id="6I-_ciG7kh0R2IqJ13tL-3" edge="1" parent="1" source="KAzs0ncSA1o2T3-7AXRQ-94" style="edgeStyle=none;rounded=0;orthogonalLoop=1;jettySize=auto;html=1;" target="6I-_ciG7kh0R2IqJ13tL-2" value="">
          <mxGeometry relative="1" as="geometry" />
        </mxCell>
        <mxCell id="KAzs0ncSA1o2T3-7AXRQ-94" parent="1" style="rounded=0;whiteSpace=wrap;html=1;fontStyle=1;fontSize=16;" value="Frontend Restaufwand: 3-5 PT" vertex="1">
          <mxGeometry height="40" width="320" x="1080" y="3280" as="geometry" />
        </mxCell>
        <mxCell id="KAzs0ncSA1o2T3-7AXRQ-123" edge="1" parent="1" source="KAzs0ncSA1o2T3-7AXRQ-99" style="edgeStyle=none;rounded=0;orthogonalLoop=1;jettySize=auto;html=1;" target="KAzs0ncSA1o2T3-7AXRQ-120" value="">
          <mxGeometry relative="1" as="geometry" />
        </mxCell>
-         <mxCell id="KAzs0ncSA1o2T3-7AXRQ-99" parent="1" style="rounded=0;whiteSpace=wrap;html=1;fontStyle=1;fontSize=16;" value="Restaufwand: 2PT (???)" vertex="1">
+         <mxCell id="KAzs0ncSA1o2T3-7AXRQ-99" parent="1" style="rounded=0;whiteSpace=wrap;html=1;fontStyle=1;fontSize=16;" value="&lt;div&gt;Frontend Restaufwand: 1-2PT&lt;/div&gt;" vertex="1">
          <mxGeometry height="40" width="320" x="1080" y="3480" as="geometry" />
        </mxCell>
        <mxCell id="KAzs0ncSA1o2T3-7AXRQ-114" edge="1" parent="1" source="KAzs0ncSA1o2T3-7AXRQ-101" style="edgeStyle=none;rounded=0;orthogonalLoop=1;jettySize=auto;html=1;" target="KAzs0ncSA1o2T3-7AXRQ-113" value="">
          <mxGeometry relative="1" as="geometry" />
        </mxCell>
        <mxCell id="KAzs0ncSA1o2T3-7AXRQ-101" parent="1" style="rounded=0;whiteSpace=wrap;html=1;fontStyle=1" value="Ready For Sprint / Cengiz? / Schätzung 2PT" vertex="1">
          <mxGeometry height="40" width="320" x="720" y="2040" as="geometry" />
        </mxCell>
        <mxCell id="KAzs0ncSA1o2T3-7AXRQ-115" edge="1" parent="1" source="KAzs0ncSA1o2T3-7AXRQ-103" style="edgeStyle=none;rounded=0;orthogonalLoop=1;jettySize=auto;html=1;" target="KAzs0ncSA1o2T3-7AXRQ-113" value="">
          <mxGeometry relative="1" as="geometry" />
        </mxCell>
        <mxCell id="KAzs0ncSA1o2T3-7AXRQ-103" parent="1" style="rounded=0;whiteSpace=wrap;html=1;fontStyle=1" value="Ready For Sprint / Cengiz? / Schätzung 2PT" vertex="1">
          <mxGeometry height="40" width="320" x="720" y="2120" as="geometry" />
        </mxCell>
        <mxCell id="KAzs0ncSA1o2T3-7AXRQ-116" edge="1" parent="1" source="KAzs0ncSA1o2T3-7AXRQ-105" style="edgeStyle=none;rounded=0;orthogonalLoop=1;jettySize=auto;html=1;" target="KAzs0ncSA1o2T3-7AXRQ-113" value="">
          <mxGeometry relative="1" as="geometry" />
        </mxCell>
        <mxCell id="KAzs0ncSA1o2T3-7AXRQ-105" parent="1" style="rounded=0;whiteSpace=wrap;html=1;fontStyle=1" value="Ready For Sprint / Cengiz?Vil? / Schätzung 2PT" vertex="1">
          <mxGeometry height="40" width="320" x="720" y="2200" as="geometry" />
        </mxCell>
        <mxCell id="KAzs0ncSA1o2T3-7AXRQ-117" edge="1" parent="1" source="KAzs0ncSA1o2T3-7AXRQ-107" style="edgeStyle=none;rounded=0;orthogonalLoop=1;jettySize=auto;html=1;" target="KAzs0ncSA1o2T3-7AXRQ-113" value="">
          <mxGeometry relative="1" as="geometry" />
        </mxCell>
        <mxCell id="KAzs0ncSA1o2T3-7AXRQ-107" parent="1" style="rounded=0;whiteSpace=wrap;html=1;fontStyle=1" value="Ready For Sprint / Vil? / Schätzung 1PT" vertex="1">
          <mxGeometry height="40" width="320" x="720" y="2280" as="geometry" />
        </mxCell>
        <mxCell id="KAzs0ncSA1o2T3-7AXRQ-118" edge="1" parent="1" source="KAzs0ncSA1o2T3-7AXRQ-109" style="edgeStyle=none;rounded=0;orthogonalLoop=1;jettySize=auto;html=1;" target="KAzs0ncSA1o2T3-7AXRQ-113" value="">
          <mxGeometry relative="1" as="geometry" />
        </mxCell>
        <mxCell id="KAzs0ncSA1o2T3-7AXRQ-109" parent="1" style="rounded=0;whiteSpace=wrap;html=1;fontStyle=1" value="Ready For Sprint / Vil? / Schätzung 2PT" vertex="1">
          <mxGeometry height="40" width="320" x="720" y="2360" as="geometry" />
        </mxCell>
        <mxCell id="KAzs0ncSA1o2T3-7AXRQ-119" edge="1" parent="1" source="KAzs0ncSA1o2T3-7AXRQ-111" style="edgeStyle=none;rounded=0;orthogonalLoop=1;jettySize=auto;html=1;" target="KAzs0ncSA1o2T3-7AXRQ-113" value="">
          <mxGeometry relative="1" as="geometry" />
        </mxCell>
        <mxCell id="KAzs0ncSA1o2T3-7AXRQ-111" parent="1" style="rounded=0;whiteSpace=wrap;html=1;fontStyle=1" value="Ready For Sprint / Vil? / Schätzung 1PT" vertex="1">
          <mxGeometry height="40" width="320" x="720" y="2440" as="geometry" />
        </mxCell>
        <mxCell id="KAzs0ncSA1o2T3-7AXRQ-121" edge="1" parent="1" source="KAzs0ncSA1o2T3-7AXRQ-113" style="edgeStyle=none;rounded=0;orthogonalLoop=1;jettySize=auto;html=1;" target="KAzs0ncSA1o2T3-7AXRQ-120" value="">
          <mxGeometry relative="1" as="geometry" />
        </mxCell>
        <mxCell id="KAzs0ncSA1o2T3-7AXRQ-113" parent="1" style="rounded=0;whiteSpace=wrap;html=1;fontStyle=1;fontSize=16;" value="Frontend Restaufwand: 10 PT" vertex="1">
          <mxGeometry height="40" width="320" x="1080" y="2240" as="geometry" />
        </mxCell>
-         <mxCell id="KAzs0ncSA1o2T3-7AXRQ-120" parent="1" style="rounded=0;whiteSpace=wrap;html=1;fontStyle=1;fontSize=16;" value="&lt;div&gt;Frontend Gesamt Restaufwand CR006: 15 PT&lt;/div&gt;Ziel: 30. Juni 2026 / Ende Sprint 24" vertex="1">
-           <mxGeometry height="40" width="350" x="1440" y="3280" as="geometry" />
+         <mxCell id="KAzs0ncSA1o2T3-7AXRQ-120" parent="1" style="rounded=0;whiteSpace=wrap;html=1;fontStyle=1;fontSize=24;" value="&lt;div&gt;Frontend Gesamt Restaufwand CR006: 15 PT&lt;/div&gt;Ziel: 30. Juni 2026 / Ende Sprint 24" vertex="1">
+           <mxGeometry height="120" width="440" x="1600" y="3240" as="geometry" />
        </mxCell>
        <mxCell id="6I-_ciG7kh0R2IqJ13tL-2" parent="1" style="rounded=0;whiteSpace=wrap;html=1;fontStyle=1;fontSize=12;" value="OFFENER PUNKT @BACKEND: wie schneiden wir die PR&#39;s?" vertex="1">
          <mxGeometry height="40" width="320" x="1080" y="3360" as="geometry" />
+         </mxCell>
+         <mxCell id="6I-_ciG7kh0R2IqJ13tL-9" edge="1" parent="1" source="6I-_ciG7kh0R2IqJ13tL-4" style="edgeStyle=none;rounded=0;orthogonalLoop=1;jettySize=auto;html=1;" target="KAzs0ncSA1o2T3-7AXRQ-120" value="">
+           <mxGeometry relative="1" as="geometry" />
+         </mxCell>
+         <mxCell id="6I-_ciG7kh0R2IqJ13tL-4" parent="1" style="rounded=0;whiteSpace=wrap;html=1;fontStyle=1;fontSize=16;" value="Frontend Restaufwand: 0 PT" vertex="1">
+           <mxGeometry height="40" width="320" x="1080" y="4080" as="geometry" />
        </mxCell>
      </root>
    </mxGraphModel>
  </diagram>
</mxfile>
